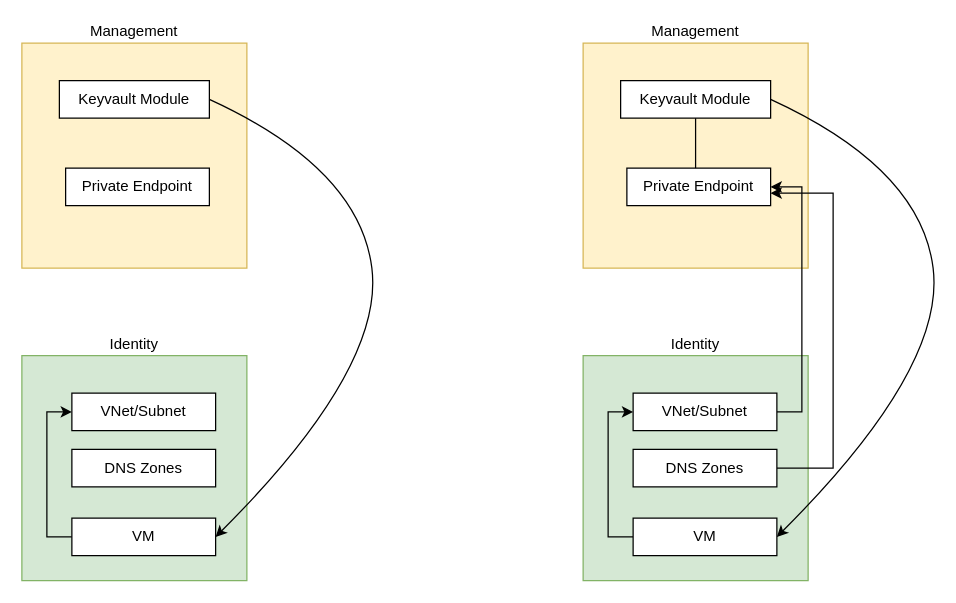
Before: KV Private Endpoint.drawio in davidjhole/scratch, a draw.io diagram. Source tidied: cells renumbered, new cells numbered last; positions are measured from the earlier drawing's top-left corner, leaving out a move shared by most shapes. Both pictures are drawn from the tidied source at 125%, with x=0, y=0 at pixel (21, 42).
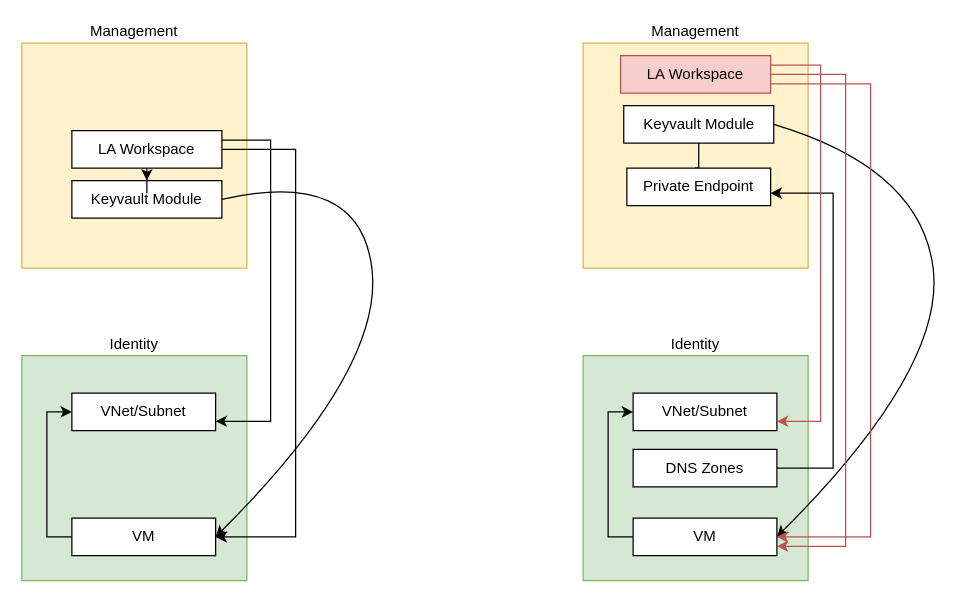
Above is the later version.

The change refers to these unchanged cells:
```xml
<mxCell id="7" value="VNet/Subnet" style="rounded=0;whiteSpace=wrap;html=1;" parent="1" vertex="1">
  <mxGeometry x="40" y="280" width="115" height="30" as="geometry" />
</mxCell>
<mxCell id="9" value="VM" style="rounded=0;whiteSpace=wrap;html=1;" parent="1" vertex="1">
  <mxGeometry x="40" y="380" width="115" height="30" as="geometry" />
</mxCell>
<mxCell id="15" value="Private Endpoint" style="rounded=0;whiteSpace=wrap;html=1;" parent="1" vertex="1">
  <mxGeometry x="484" y="100" width="115" height="30" as="geometry" />
</mxCell>
<mxCell id="19" value="VNet/Subnet" style="rounded=0;whiteSpace=wrap;html=1;" parent="1" vertex="1">
  <mxGeometry x="489" y="280" width="115" height="30" as="geometry" />
</mxCell>
<mxCell id="21" value="VM" style="rounded=0;whiteSpace=wrap;html=1;" parent="1" vertex="1">
  <mxGeometry x="489" y="380" width="115" height="30" as="geometry" />
</mxCell>
```

Change to the diagram source:
```diff
@@
     <mxCell id="4" value="Keyvault Module" style="rounded=0;whiteSpace=wrap;html=1;" parent="1" vertex="1">
-      <mxGeometry x="30" y="30" width="120" height="30" as="geometry" />
+      <mxGeometry x="40" y="110" width="120" height="30" as="geometry" />
     </mxCell>
-    <mxCell id="5" value="Private Endpoint" style="rounded=0;whiteSpace=wrap;html=1;" parent="1" vertex="1">
-      <mxGeometry x="35" y="100" width="115" height="30" as="geometry" />
-    </mxCell>
-    <mxCell id="6" value="DNS Zones" style="rounded=0;whiteSpace=wrap;html=1;" parent="1" vertex="1">
-      <mxGeometry x="40" y="325" width="115" height="30" as="geometry" />
-    </mxCell>
@@
     <mxCell id="14" value="Keyvault Module" style="rounded=0;whiteSpace=wrap;html=1;" parent="1" vertex="1">
-      <mxGeometry x="479" y="30" width="120" height="30" as="geometry" />
+      <mxGeometry x="481.5" y="50" width="120" height="30" as="geometry" />
     </mxCell>
@@
-    <mxCell id="18" style="edgeStyle=orthogonalEdgeStyle;rounded=0;jettySize=auto;html=1;exitX=1;exitY=0.5;exitDx=0;exitDy=0;entryX=1;entryY=0.5;entryDx=0;entryDy=0;" parent="1" edge="1" source="19" target="15">
-      <mxGeometry relative="1" as="geometry" />
-    </mxCell>
@@
+    <mxCell id="23" style="edgeStyle=orthogonalEdgeStyle;rounded=0;jettySize=auto;html=1;exitX=0.5;exitY=1;exitDx=0;exitDy=0;" parent="1" edge="1" source="26" target="4">
+      <mxGeometry relative="1" as="geometry" />
+    </mxCell>
+    <mxCell id="24" style="edgeStyle=orthogonalEdgeStyle;rounded=0;jettySize=auto;html=1;exitX=1;exitY=0.25;exitDx=0;exitDy=0;entryX=1;entryY=0.75;entryDx=0;entryDy=0;" parent="1" edge="1" source="26" target="7">
+      <mxGeometry relative="1" as="geometry">
+        <Array as="points">
+          <mxPoint x="199" y="78" />
+          <mxPoint x="199" y="303" />
+        </Array>
+      </mxGeometry>
+    </mxCell>
+    <mxCell id="25" style="edgeStyle=orthogonalEdgeStyle;rounded=0;jettySize=auto;html=1;entryX=1;entryY=0.5;entryDx=0;entryDy=0;exitX=1;exitY=0.5;exitDx=0;exitDy=0;" parent="1" edge="1" source="26" target="9">
+      <mxGeometry relative="1" as="geometry">
+        <Array as="points">
+          <mxPoint x="219" y="85" />
+          <mxPoint x="219" y="395" />
+        </Array>
+      </mxGeometry>
+    </mxCell>
+    <mxCell id="26" value="LA Workspace" style="rounded=0;whiteSpace=wrap;html=1;" parent="1" vertex="1">
+      <mxGeometry x="40" y="70" width="120" height="30" as="geometry" />
+    </mxCell>
+    <mxCell id="27" style="edgeStyle=orthogonalEdgeStyle;rounded=0;jettySize=auto;html=1;entryX=1;entryY=0.5;entryDx=0;entryDy=0;exitX=1;exitY=0.75;exitDx=0;exitDy=0;fillColor=#f8cecc;strokeColor=#b85450;" parent="1" edge="1" source="30" target="21">
+      <mxGeometry relative="1" as="geometry">
+        <Array as="points">
+          <mxPoint x="679" y="33" />
+          <mxPoint x="679" y="395" />
+        </Array>
+      </mxGeometry>
+    </mxCell>
+    <mxCell id="28" style="edgeStyle=orthogonalEdgeStyle;rounded=0;jettySize=auto;html=1;exitX=1;exitY=0.25;exitDx=0;exitDy=0;entryX=1;entryY=0.75;entryDx=0;entryDy=0;fillColor=#f8cecc;strokeColor=#b85450;" parent="1" edge="1" source="30" target="19">
+      <mxGeometry relative="1" as="geometry">
+        <Array as="points">
+          <mxPoint x="639" y="18" />
+          <mxPoint x="639" y="303" />
+        </Array>
+      </mxGeometry>
+    </mxCell>
+    <mxCell id="29" style="edgeStyle=orthogonalEdgeStyle;rounded=0;jettySize=auto;html=1;exitX=1;exitY=0.5;exitDx=0;exitDy=0;entryX=1;entryY=0.75;entryDx=0;entryDy=0;fillColor=#f8cecc;strokeColor=#b85450;" parent="1" edge="1" source="30" target="21">
+      <mxGeometry relative="1" as="geometry">
+        <Array as="points">
+          <mxPoint x="659" y="25" />
+          <mxPoint x="659" y="403" />
+        </Array>
+      </mxGeometry>
+    </mxCell>
+    <mxCell id="30" value="LA Workspace" style="rounded=0;whiteSpace=wrap;html=1;fillColor=#f8cecc;strokeColor=#b85450;" parent="1" vertex="1">
+      <mxGeometry x="479" y="10" width="120" height="30" as="geometry" />
+    </mxCell>
```
